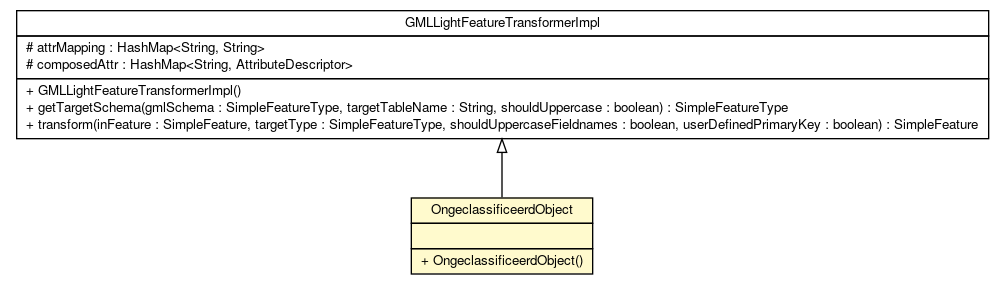
Earlier version of the Graphviz export bgt-gml-loader/apidocs/nl/b3p/brmo/loader/gml/light/OngeclassificeerdObject.png (B3Partners/brmo). Its source is kept beside it as bgt-gml-loader/apidocs/nl/b3p/brmo/loader/gml/light/OngeclassificeerdObject.dot. The source it was exported from:
```dot

digraph G {
	edge [fontname="Helvetica",fontsize=10,labelfontname="Helvetica",labelfontsize=10];
	node [fontname="Helvetica",fontsize=10,shape=plaintext];
	nodesep=0.25;
	ranksep=0.5;
	c1012 [label=<<table title="nl.b3p.brmo.loader.gml.light.OngeclassificeerdObject" border="0" cellborder="1" cellspacing="0" cellpadding="2" port="p" bgcolor="lemonChiffon" href="./OngeclassificeerdObject.html">
		<tr><td><table border="0" cellspacing="0" cellpadding="1">
<tr><td align="center" balign="center"> OngeclassificeerdObject </td></tr>
		</table></td></tr>
		<tr><td><table border="0" cellspacing="0" cellpadding="1">
<tr><td align="left" balign="left">  </td></tr>
		</table></td></tr>
		<tr><td><table border="0" cellspacing="0" cellpadding="1">
<tr><td align="left" balign="left"> + OngeclassificeerdObject() </td></tr>
		</table></td></tr>
		</table>>, URL="./OngeclassificeerdObject.html", fontname="Helvetica", fontcolor="black", fontsize=10.0];
	c1018 [label=<<table title="nl.b3p.brmo.loader.gml.light.GMLLightFeatureTransformerImpl" border="0" cellborder="1" cellspacing="0" cellpadding="2" port="p" href="./GMLLightFeatureTransformerImpl.html">
		<tr><td><table border="0" cellspacing="0" cellpadding="1">
<tr><td align="center" balign="center"> GMLLightFeatureTransformerImpl </td></tr>
		</table></td></tr>
		<tr><td><table border="0" cellspacing="0" cellpadding="1">
<tr><td align="left" balign="left"> # attrMapping : HashMap&lt;String, String&gt; </td></tr>
<tr><td align="left" balign="left"> # composedAttr : HashMap&lt;String, AttributeDescriptor&gt; </td></tr>
		</table></td></tr>
		<tr><td><table border="0" cellspacing="0" cellpadding="1">
<tr><td align="left" balign="left"> + GMLLightFeatureTransformerImpl() </td></tr>
<tr><td align="left" balign="left"> + getTargetSchema(gmlSchema : SimpleFeatureType, targetTableName : String, shouldUppercase : boolean) : SimpleFeatureType </td></tr>
<tr><td align="left" balign="left"> + transform(inFeature : SimpleFeature, targetType : SimpleFeatureType, shouldUppercaseFieldnames : boolean, userDefinedPrimaryKey : boolean) : SimpleFeature </td></tr>
		</table></td></tr>
		</table>>, URL="./GMLLightFeatureTransformerImpl.html", fontname="Helvetica", fontcolor="black", fontsize=10.0];
	c1018:p -> c1012:p [dir=back,arrowtail=empty];
}
```
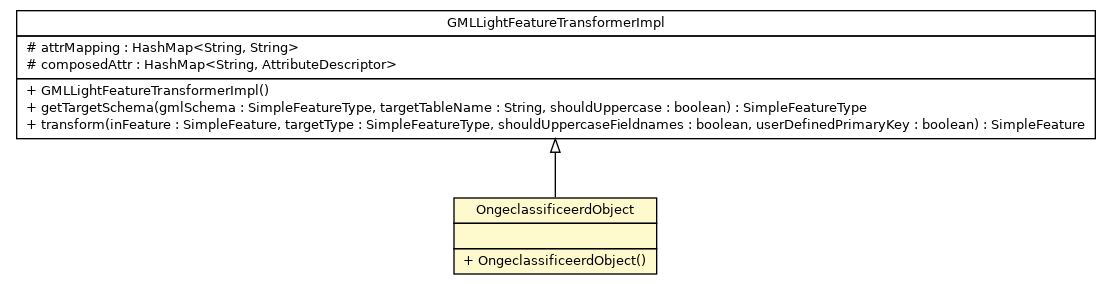
The same file after the commit.

Change to the diagram source:
```diff
@@ -4,7 +4,7 @@
 	node [fontname="Helvetica",fontsize=10,shape=plaintext];
 	nodesep=0.25;
 	ranksep=0.5;
-	c1012 [label=<<table title="nl.b3p.brmo.loader.gml.light.OngeclassificeerdObject" border="0" cellborder="1" cellspacing="0" cellpadding="2" port="p" bgcolor="lemonChiffon" href="./OngeclassificeerdObject.html">
+	c986 [label=<<table title="nl.b3p.brmo.loader.gml.light.OngeclassificeerdObject" border="0" cellborder="1" cellspacing="0" cellpadding="2" port="p" bgcolor="lemonChiffon" href="./OngeclassificeerdObject.html">
 		<tr><td><table border="0" cellspacing="0" cellpadding="1">
 <tr><td align="center" balign="center"> OngeclassificeerdObject </td></tr>
 		</table></td></tr>
@@ -29,5 +29,5 @@
 <tr><td align="left" balign="left"> + transform(inFeature : SimpleFeature, targetType : SimpleFeatureType, shouldUppercaseFieldnames : boolean, userDefinedPrimaryKey : boolean) : SimpleFeature </td></tr>
 		</table></td></tr>
 		</table>>, URL="./GMLLightFeatureTransformerImpl.html", fontname="Helvetica", fontcolor="black", fontsize=10.0];
-	c1018:p -> c1012:p [dir=back,arrowtail=empty];
+	c1018:p -> c986:p [dir=back,arrowtail=empty];
 }
```
